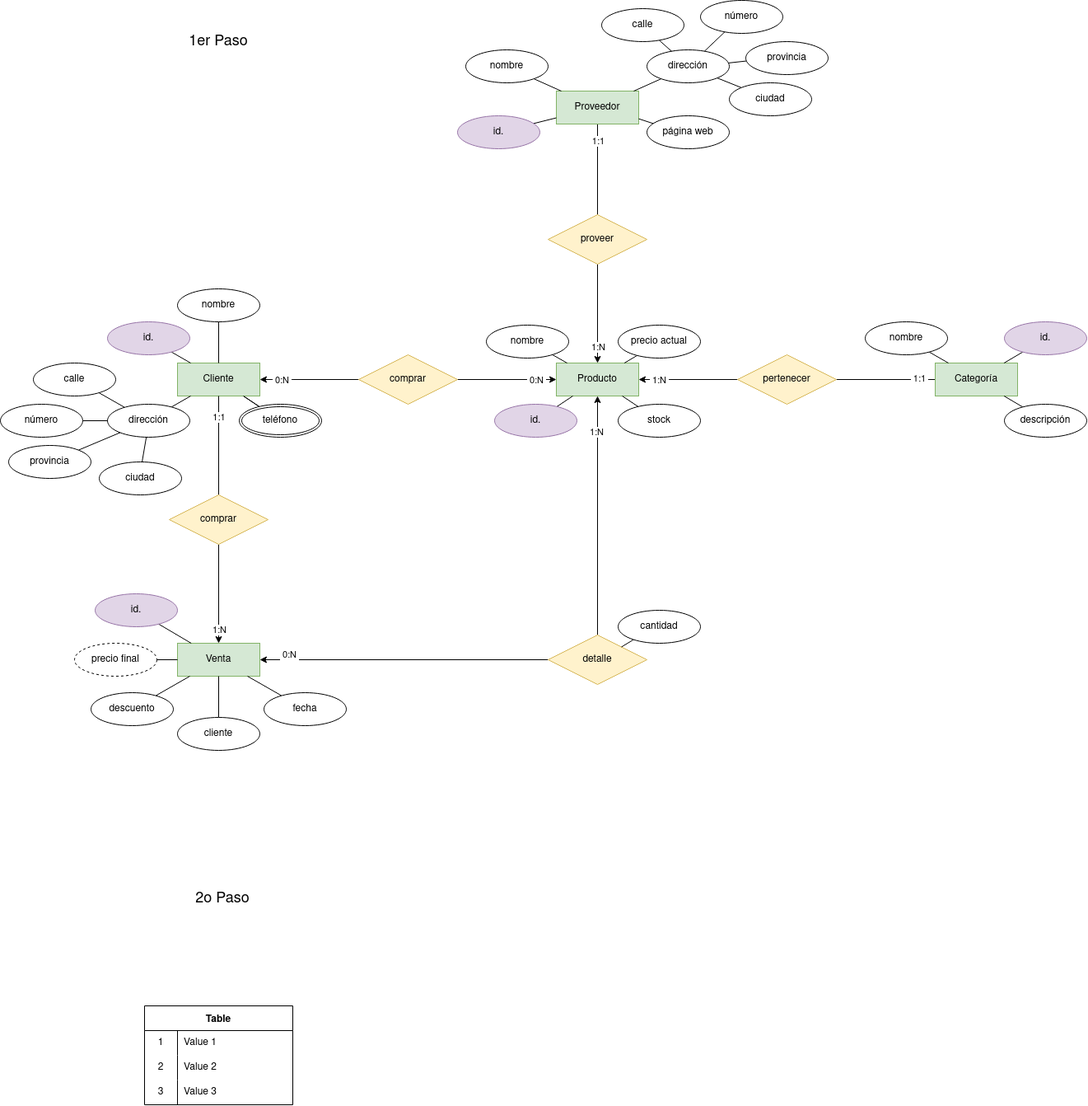
The draw.io diagram Tareas/UD2-INTERPRETACIÓN DE DIAGRAMAS ENTIDAD-RELACIÓN/TRABAJO EN AULA MR/002sistemaVentas.drawio.png in popadron/base-de-datos, before a commit. Source tidied: cells renumbered, new cells last; positions are measured from the earlier drawing's top-left corner, leaving out a move shared by most shapes.
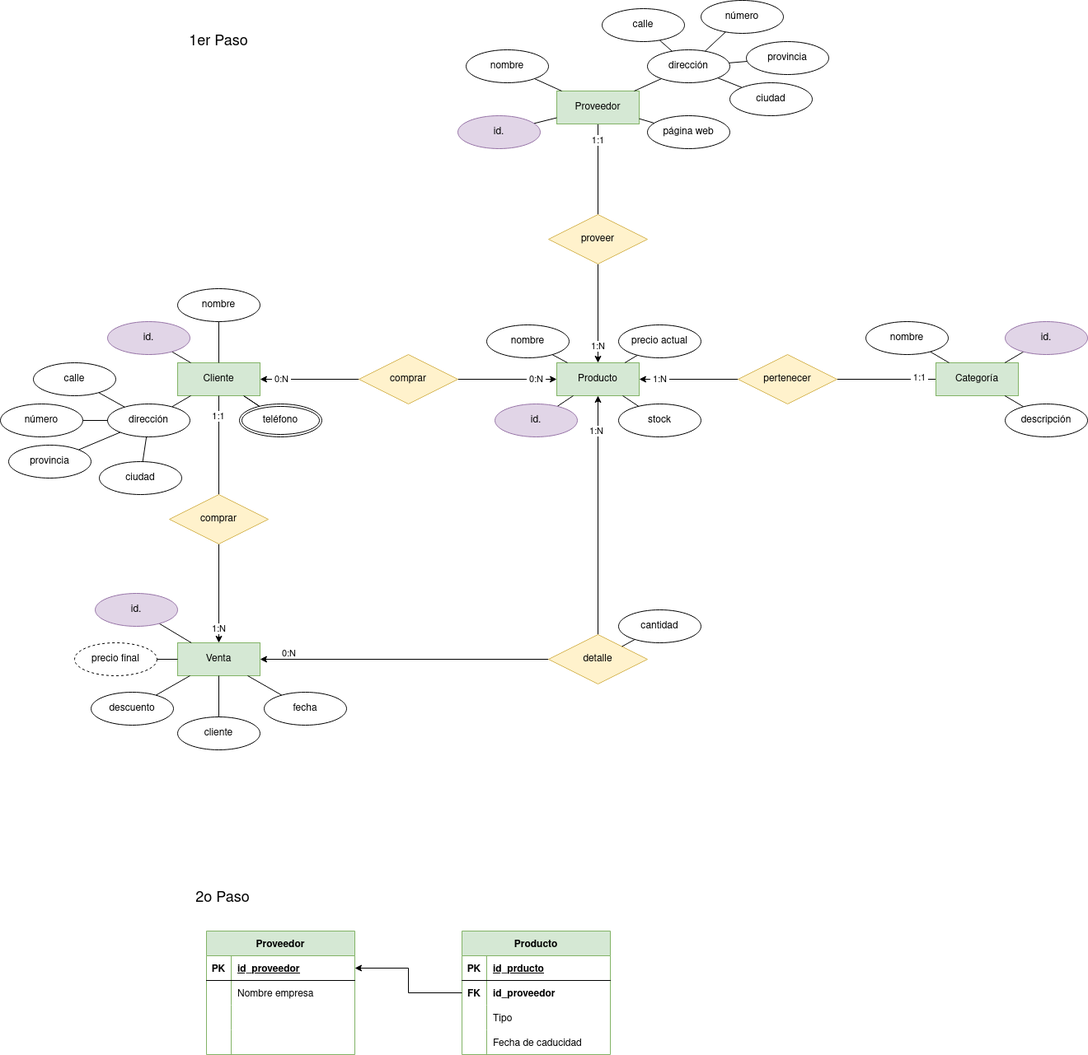
After the change.

Diff of the diagram source:
```diff
@@ -288,35 +288,86 @@
     <mxCell id="93" value="&lt;font style=&quot;font-size: 18px;&quot;&gt;2o Paso&lt;/font&gt;" style="text;html=1;strokeColor=none;fillColor=none;align=center;verticalAlign=middle;whiteSpace=wrap;rounded=0;" parent="1" vertex="1">
       <mxGeometry x="220" y="1070" width="100" height="40" as="geometry" />
     </mxCell>
-    <mxCell id="94" value="Table" style="shape=table;startSize=30;rowLines=0;fontStyle=1;" parent="1" vertex="1">
-      <mxGeometry x="175" y="1220" width="180" height="120" as="geometry" />
-    </mxCell>
-    <mxCell id="95" style="shape=tableRow;horizontal=0;startSize=0;swimlaneHead=0;swimlaneBody=0;top=0;left=0;bottom=0;right=0;fillColor=none;" parent="94" vertex="1">
-      <mxGeometry y="30" width="180" height="30" as="geometry" />
-    </mxCell>
-    <mxCell id="96" value="1" style="shape=partialRectangle;html=1;whiteSpace=wrap;fillColor=none;top=0;left=0;bottom=0;right=0;overflow=hidden;" parent="95" vertex="1">
-      <mxGeometry width="40" height="30" as="geometry" />
-    </mxCell>
-    <mxCell id="97" value="Value 1" style="shape=partialRectangle;html=1;whiteSpace=wrap;fillColor=none;top=0;left=0;bottom=0;right=0;align=left;spacingLeft=6;overflow=hidden;" parent="95" vertex="1">
-      <mxGeometry x="40" width="140" height="30" as="geometry" />
-    </mxCell>
-    <mxCell id="98" style="shape=tableRow;horizontal=0;startSize=0;swimlaneHead=0;swimlaneBody=0;top=0;left=0;bottom=0;right=0;fillColor=none;" parent="94" vertex="1">
-      <mxGeometry y="60" width="180" height="30" as="geometry" />
-    </mxCell>
-    <mxCell id="99" value="2" style="shape=partialRectangle;html=1;whiteSpace=wrap;fillColor=none;top=0;left=0;bottom=0;right=0;overflow=hidden;" parent="98" vertex="1">
-      <mxGeometry width="40" height="30" as="geometry" />
-    </mxCell>
-    <mxCell id="100" value="Value 2" style="shape=partialRectangle;html=1;whiteSpace=wrap;fillColor=none;top=0;left=0;bottom=0;right=0;align=left;spacingLeft=6;overflow=hidden;" parent="98" vertex="1">
-      <mxGeometry x="40" width="140" height="30" as="geometry" />
-    </mxCell>
-    <mxCell id="101" style="shape=tableRow;horizontal=0;startSize=0;swimlaneHead=0;swimlaneBody=0;top=0;left=0;bottom=0;right=0;fillColor=none;" parent="94" vertex="1">
-      <mxGeometry y="90" width="180" height="30" as="geometry" />
-    </mxCell>
-    <mxCell id="102" value="3" style="shape=partialRectangle;html=1;whiteSpace=wrap;fillColor=none;top=0;left=0;bottom=0;right=0;overflow=hidden;" parent="101" vertex="1">
-      <mxGeometry width="40" height="30" as="geometry" />
-    </mxCell>
-    <mxCell id="103" value="Value 3" style="shape=partialRectangle;html=1;whiteSpace=wrap;fillColor=none;top=0;left=0;bottom=0;right=0;align=left;spacingLeft=6;overflow=hidden;" parent="101" vertex="1">
-      <mxGeometry x="40" width="140" height="30" as="geometry" />
-    </mxCell>
+    <mxCell id="104" value="Proveedor" style="shape=table;startSize=30;rowLines=0;fontStyle=1;align=center;fillColor=#d5e8d4;strokeColor=#82b366;" parent="1" vertex="1">
+      <mxGeometry x="250" y="1130" width="180" height="150" as="geometry" />
+    </mxCell>
+    <mxCell id="105" style="shape=tableRow;horizontal=0;startSize=0;swimlaneHead=0;swimlaneBody=0;fillColor=none;points=[[0,0.5],[1,0.5]];portConstraint=eastwest;top=0;left=0;right=0;bottom=1;" parent="104" vertex="1">
+      <mxGeometry y="30" width="180" height="30" as="geometry" />
+    </mxCell>
+    <mxCell id="106" value="PK" style="shape=partialRectangle;fillColor=none;top=0;left=0;bottom=0;right=0;fontStyle=1;overflow=hidden;" parent="105" vertex="1">
+      <mxGeometry width="30" height="30" as="geometry" />
+    </mxCell>
+    <mxCell id="107" value="id_proveedor" style="shape=partialRectangle;fillColor=none;top=0;left=0;bottom=0;right=0;align=left;spacingLeft=6;fontStyle=5;overflow=hidden;" parent="105" vertex="1">
+      <mxGeometry x="30" width="150" height="30" as="geometry" />
+    </mxCell>
+    <mxCell id="108" style="shape=tableRow;horizontal=0;startSize=0;swimlaneHead=0;swimlaneBody=0;fillColor=none;top=0;left=0;right=0;bottom=0;" parent="104" vertex="1">
+      <mxGeometry y="60" width="180" height="30" as="geometry" />
+    </mxCell>
+    <mxCell id="109" style="shape=partialRectangle;fillColor=none;top=0;left=0;bottom=0;right=0;overflow=hidden;" parent="108" vertex="1">
+      <mxGeometry width="30" height="30" as="geometry" />
+    </mxCell>
+    <mxCell id="110" value="Nombre empresa" style="shape=partialRectangle;fillColor=none;top=0;left=0;bottom=0;right=0;align=left;spacingLeft=6;overflow=hidden;" parent="108" vertex="1">
+      <mxGeometry x="30" width="150" height="30" as="geometry" />
+    </mxCell>
+    <mxCell id="111" style="shape=tableRow;horizontal=0;startSize=0;swimlaneHead=0;swimlaneBody=0;fillColor=none;top=0;left=0;right=0;bottom=0;" parent="104" vertex="1">
+      <mxGeometry y="90" width="180" height="30" as="geometry" />
+    </mxCell>
+    <mxCell id="112" style="shape=partialRectangle;fillColor=none;top=0;left=0;bottom=0;right=0;overflow=hidden;" parent="111" vertex="1">
+      <mxGeometry width="30" height="30" as="geometry" />
+    </mxCell>
+    <mxCell id="113" style="shape=partialRectangle;fillColor=none;top=0;left=0;bottom=0;right=0;align=left;spacingLeft=6;overflow=hidden;" parent="111" vertex="1">
+      <mxGeometry x="30" width="150" height="30" as="geometry" />
+    </mxCell>
+    <mxCell id="114" style="shape=tableRow;horizontal=0;startSize=0;swimlaneHead=0;swimlaneBody=0;fillColor=none;top=0;left=0;right=0;bottom=0;" parent="104" vertex="1">
+      <mxGeometry y="120" width="180" height="30" as="geometry" />
+    </mxCell>
+    <mxCell id="115" style="shape=partialRectangle;fillColor=none;top=0;left=0;bottom=0;right=0;overflow=hidden;" parent="114" vertex="1">
+      <mxGeometry width="30" height="30" as="geometry" />
+    </mxCell>
+    <mxCell id="116" style="shape=partialRectangle;fillColor=none;top=0;left=0;bottom=0;right=0;align=left;spacingLeft=6;overflow=hidden;" parent="114" vertex="1">
+      <mxGeometry x="30" width="150" height="30" as="geometry" />
+    </mxCell>
+    <mxCell id="117" value="Producto" style="shape=table;startSize=30;rowLines=0;fontStyle=1;align=center;fillColor=#d5e8d4;strokeColor=#82b366;" parent="1" vertex="1">
+      <mxGeometry x="560" y="1130" width="180" height="150" as="geometry" />
+    </mxCell>
+    <mxCell id="118" style="shape=tableRow;horizontal=0;startSize=0;swimlaneHead=0;swimlaneBody=0;fillColor=none;top=0;left=0;right=0;bottom=1;" parent="117" vertex="1">
+      <mxGeometry y="30" width="180" height="30" as="geometry" />
+    </mxCell>
+    <mxCell id="119" value="PK" style="shape=partialRectangle;fillColor=none;top=0;left=0;bottom=0;right=0;fontStyle=1;overflow=hidden;" parent="118" vertex="1">
+      <mxGeometry width="30" height="30" as="geometry" />
+    </mxCell>
+    <mxCell id="120" value="id_prducto" style="shape=partialRectangle;fillColor=none;top=0;left=0;bottom=0;right=0;align=left;spacingLeft=6;fontStyle=5;overflow=hidden;" parent="118" vertex="1">
+      <mxGeometry x="30" width="150" height="30" as="geometry" />
+    </mxCell>
+    <mxCell id="121" style="shape=tableRow;horizontal=0;startSize=0;swimlaneHead=0;swimlaneBody=0;fillColor=none;points=[[0,0.5],[1,0.5]];portConstraint=eastwest;top=0;left=0;right=0;bottom=0;" parent="117" vertex="1">
+      <mxGeometry y="60" width="180" height="30" as="geometry" />
+    </mxCell>
+    <mxCell id="122" value="FK" style="shape=partialRectangle;fillColor=none;top=0;left=0;bottom=0;right=0;overflow=hidden;fontStyle=1;" parent="121" vertex="1">
+      <mxGeometry width="30" height="30" as="geometry" />
+    </mxCell>
+    <mxCell id="123" value="id_proveedor" style="shape=partialRectangle;fillColor=none;top=0;left=0;bottom=0;right=0;align=left;spacingLeft=6;overflow=hidden;fontStyle=1;" parent="121" vertex="1">
+      <mxGeometry x="30" width="150" height="30" as="geometry" />
+    </mxCell>
+    <mxCell id="124" style="shape=tableRow;horizontal=0;startSize=0;swimlaneHead=0;swimlaneBody=0;fillColor=none;top=0;left=0;right=0;bottom=0;" parent="117" vertex="1">
+      <mxGeometry y="90" width="180" height="30" as="geometry" />
+    </mxCell>
+    <mxCell id="125" style="shape=partialRectangle;fillColor=none;top=0;left=0;bottom=0;right=0;overflow=hidden;" parent="124" vertex="1">
+      <mxGeometry width="30" height="30" as="geometry" />
+    </mxCell>
+    <mxCell id="126" value="Tipo" style="shape=partialRectangle;fillColor=none;top=0;left=0;bottom=0;right=0;align=left;spacingLeft=6;overflow=hidden;" parent="124" vertex="1">
+      <mxGeometry x="30" width="150" height="30" as="geometry" />
+    </mxCell>
+    <mxCell id="127" style="shape=tableRow;horizontal=0;startSize=0;swimlaneHead=0;swimlaneBody=0;fillColor=none;top=0;left=0;right=0;bottom=0;" parent="117" vertex="1">
+      <mxGeometry y="120" width="180" height="30" as="geometry" />
+    </mxCell>
+    <mxCell id="128" style="shape=partialRectangle;fillColor=none;top=0;left=0;bottom=0;right=0;overflow=hidden;" parent="127" vertex="1">
+      <mxGeometry width="30" height="30" as="geometry" />
+    </mxCell>
+    <mxCell id="129" value="Fecha de caducidad" style="shape=partialRectangle;fillColor=none;top=0;left=0;bottom=0;right=0;align=left;spacingLeft=6;overflow=hidden;" parent="127" vertex="1">
+      <mxGeometry x="30" width="150" height="30" as="geometry" />
+    </mxCell>
+    <mxCell id="130" style="edgeStyle=orthogonalEdgeStyle;rounded=0;jettySize=auto;html=1;" parent="1" edge="1" source="121" target="105">
+      <mxGeometry relative="1" as="geometry" />
+    </mxCell>
   </root>
 </mxGraphModel>
```
